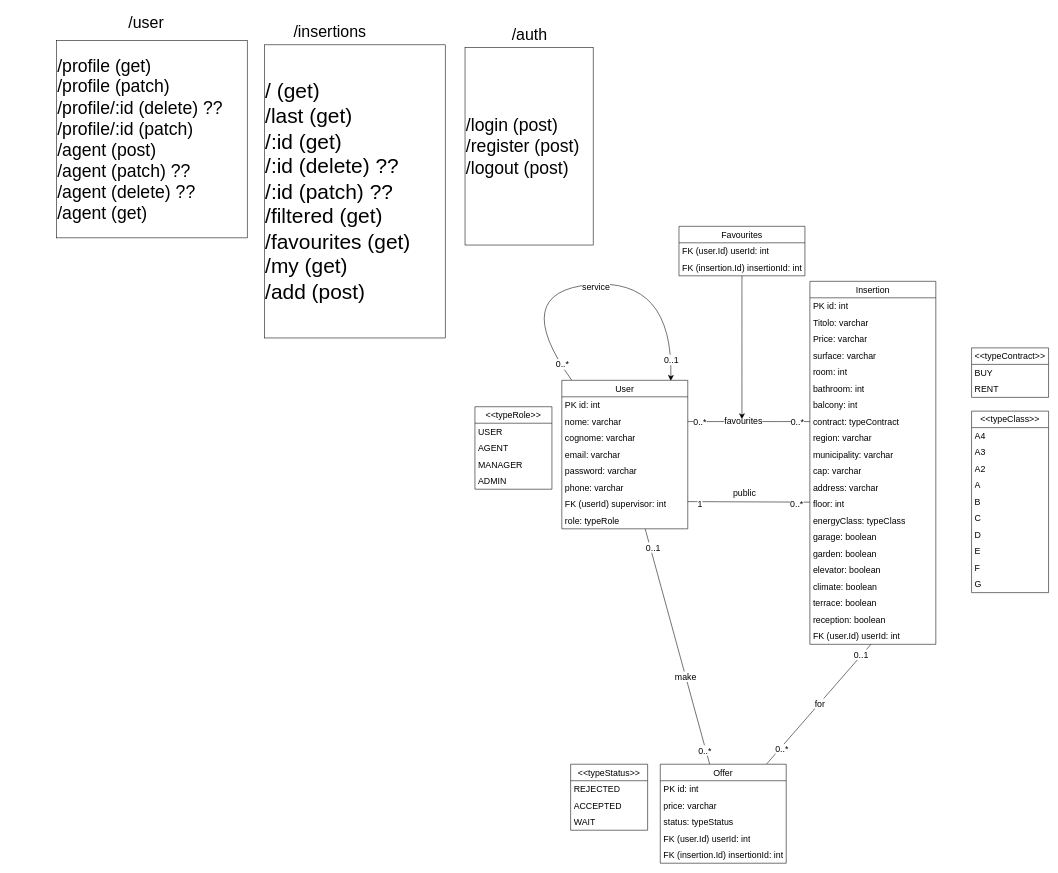
This is UML/routes.drawio from Kappa-2i/INGSW_DietiEstates25, a draw.io file, before an edit. Source tidied: cells renumbered, new cells numbered last; positions are measured from the earlier drawing's top-left corner, leaving out a move shared by most shapes. Both pictures are drawn from the tidied source at 55%, with x=0, y=0 at pixel (56, 9).
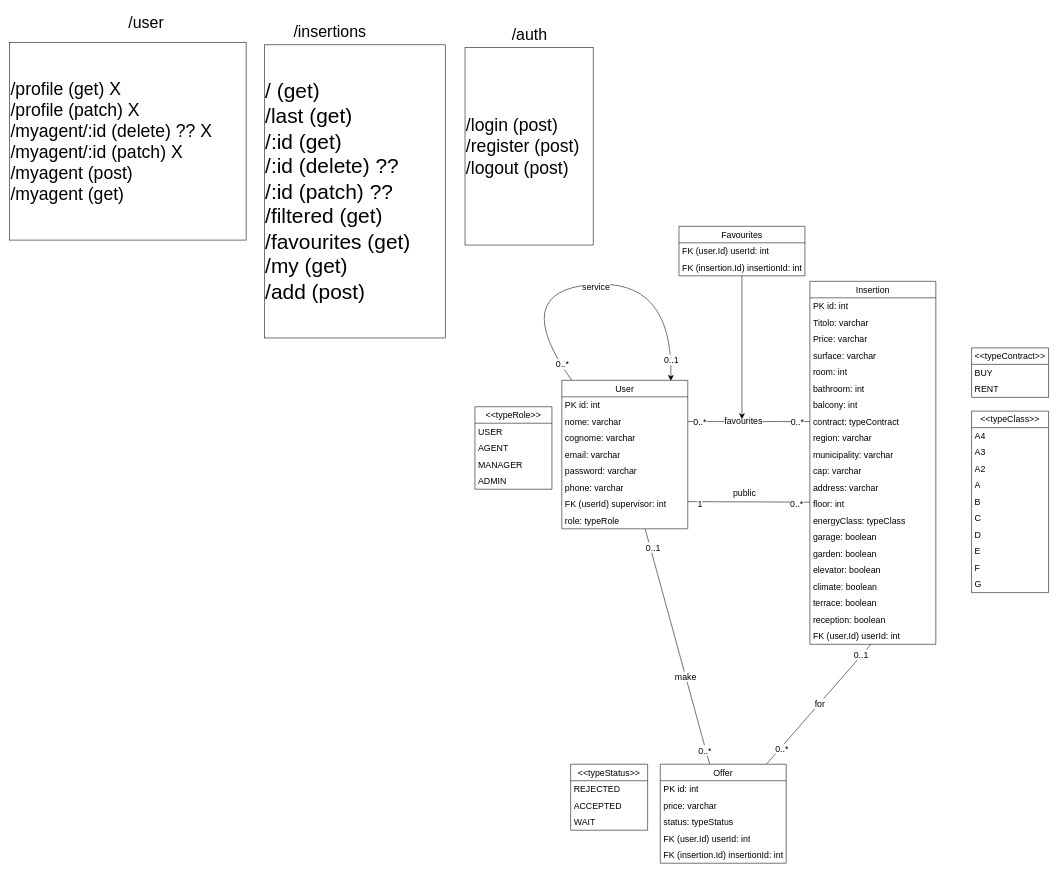
After the change.

Diff of the diagram source:
```diff
@@
-    <mxCell id="6" value="&lt;font style=&quot;font-size: 32px;&quot;&gt;/profile (get)&lt;br&gt;/profile (patch)&lt;br&gt;/profile/:id (delete) ??&amp;nbsp;&lt;br&gt;/profile/:id (patch)&lt;br&gt;/agent (post)&lt;br&gt;/agent (patch) ??&lt;br&gt;/agent (delete) ??&lt;br&gt;/agent (get)&lt;br&gt;&lt;/font&gt;" style="whiteSpace=wrap;html=1;fontSize=16;align=left;" parent="1" vertex="1">
-      <mxGeometry y="56" width="347" height="359" as="geometry" />
+    <mxCell id="6" value="&lt;font style=&quot;font-size: 32px;&quot;&gt;/profile (get) X&lt;br&gt;/profile (patch) X&lt;br&gt;/myagent/:id (delete) ?? X&amp;nbsp;&lt;br&gt;/myagent/:id (patch) X&lt;br&gt;/myagent (post)&amp;nbsp;&lt;br&gt;/myagent (get)&amp;nbsp;&lt;br&gt;&lt;/font&gt;" style="whiteSpace=wrap;html=1;fontSize=16;align=left;" parent="1" vertex="1">
+      <mxGeometry x="-85" y="60" width="430" height="359" as="geometry" />
     </mxCell>
```
